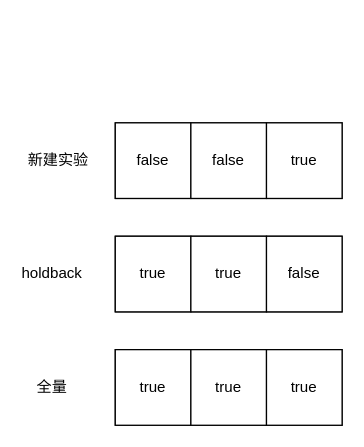
Earlier version of the draw.io diagram 试金石推全参数流程.drawio (luluyouyue/faq). Source tidied: cells renumbered, new cells numbered last; positions are measured from the earlier drawing's top-left corner, leaving out a move shared by most shapes. Both pictures are drawn from the tidied source at 126%, with x=0, y=0 at pixel (26, 122).
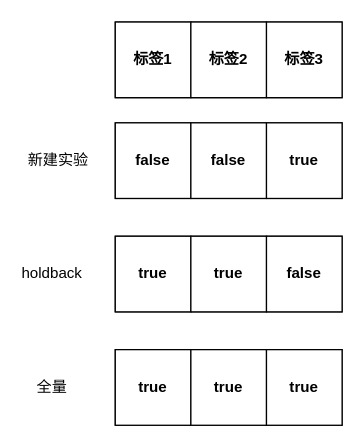
Above is the later version.

Commit message (it also covers changes not shown here):
Update 试金石推全参数流程.drawio

Diff of the diagram source:
```diff
@@
-    <mxCell id="2" style="rounded=0;whiteSpace=wrap;html=1;" parent="1" vertex="1">
+    <mxCell id="2" style="rounded=0;whiteSpace=wrap;html=1;fontStyle=1;" parent="1" vertex="1">
       <mxGeometry x="70" width="180" height="60" as="geometry" />
     </mxCell>
-    <mxCell id="3" value="false" style="whiteSpace=wrap;html=1;" parent="1" vertex="1">
+    <mxCell id="3" value="false" style="whiteSpace=wrap;html=1;fontStyle=1;" parent="1" vertex="1">
       <mxGeometry x="70" width="60" height="60" as="geometry" />
     </mxCell>
-    <mxCell id="4" value="false" style="whiteSpace=wrap;html=1;" parent="1" vertex="1">
+    <mxCell id="4" value="false" style="whiteSpace=wrap;html=1;fontStyle=1;" parent="1" vertex="1">
       <mxGeometry x="130" width="60" height="60" as="geometry" />
     </mxCell>
-    <mxCell id="5" value="true" style="whiteSpace=wrap;html=1;" parent="1" vertex="1">
+    <mxCell id="5" value="true" style="whiteSpace=wrap;html=1;fontStyle=1;" parent="1" vertex="1">
       <mxGeometry x="190" width="60" height="60" as="geometry" />
     </mxCell>
-    <mxCell id="6" style="rounded=0;whiteSpace=wrap;html=1;" parent="1" vertex="1">
+    <mxCell id="6" style="rounded=0;whiteSpace=wrap;html=1;fontStyle=1;" parent="1" vertex="1">
       <mxGeometry x="70" y="90" width="180" height="60" as="geometry" />
     </mxCell>
-    <mxCell id="7" value="true" style="whiteSpace=wrap;html=1;" parent="1" vertex="1">
+    <mxCell id="7" value="true" style="whiteSpace=wrap;html=1;fontStyle=1;" parent="1" vertex="1">
       <mxGeometry x="70" y="90" width="60" height="60" as="geometry" />
     </mxCell>
-    <mxCell id="8" value="true" style="whiteSpace=wrap;html=1;" parent="1" vertex="1">
+    <mxCell id="8" value="true" style="whiteSpace=wrap;html=1;fontStyle=1;" parent="1" vertex="1">
       <mxGeometry x="130" y="90" width="60" height="60" as="geometry" />
     </mxCell>
-    <mxCell id="9" value="false" style="whiteSpace=wrap;html=1;" parent="1" vertex="1">
+    <mxCell id="9" value="false" style="whiteSpace=wrap;html=1;fontStyle=1;" parent="1" vertex="1">
       <mxGeometry x="190" y="90" width="60" height="60" as="geometry" />
     </mxCell>
-    <mxCell id="10" style="rounded=0;whiteSpace=wrap;html=1;" parent="1" vertex="1">
+    <mxCell id="10" style="rounded=0;whiteSpace=wrap;html=1;fontStyle=1;" parent="1" vertex="1">
       <mxGeometry x="70" y="180" width="180" height="60" as="geometry" />
     </mxCell>
-    <mxCell id="11" value="true" style="whiteSpace=wrap;html=1;" parent="1" vertex="1">
+    <mxCell id="11" value="true" style="whiteSpace=wrap;html=1;fontStyle=1;" parent="1" vertex="1">
       <mxGeometry x="70" y="180" width="60" height="60" as="geometry" />
     </mxCell>
-    <mxCell id="12" value="&lt;span&gt;true&lt;/span&gt;" style="whiteSpace=wrap;html=1;" parent="1" vertex="1">
+    <mxCell id="12" value="&lt;span&gt;true&lt;/span&gt;" style="whiteSpace=wrap;html=1;fontStyle=1;" parent="1" vertex="1">
       <mxGeometry x="130" y="180" width="60" height="60" as="geometry" />
     </mxCell>
-    <mxCell id="13" value="true" style="whiteSpace=wrap;html=1;" parent="1" vertex="1">
+    <mxCell id="13" value="true" style="whiteSpace=wrap;html=1;fontStyle=1;" parent="1" vertex="1">
       <mxGeometry x="190" y="180" width="60" height="60" as="geometry" />
     </mxCell>
@@
+    <mxCell id="17" style="rounded=0;whiteSpace=wrap;html=1;fontStyle=1;" parent="1" vertex="1">
+      <mxGeometry x="70" y="-80" width="180" height="60" as="geometry" />
+    </mxCell>
+    <mxCell id="18" value="标签1" style="whiteSpace=wrap;html=1;fontStyle=1;" parent="1" vertex="1">
+      <mxGeometry x="70" y="-80" width="60" height="60" as="geometry" />
+    </mxCell>
+    <mxCell id="19" value="标签2" style="whiteSpace=wrap;html=1;fontStyle=1;" parent="1" vertex="1">
+      <mxGeometry x="130" y="-80" width="60" height="60" as="geometry" />
+    </mxCell>
+    <mxCell id="20" value="标签3" style="whiteSpace=wrap;html=1;fontStyle=1;" parent="1" vertex="1">
+      <mxGeometry x="190" y="-80" width="60" height="60" as="geometry" />
+    </mxCell>
```
